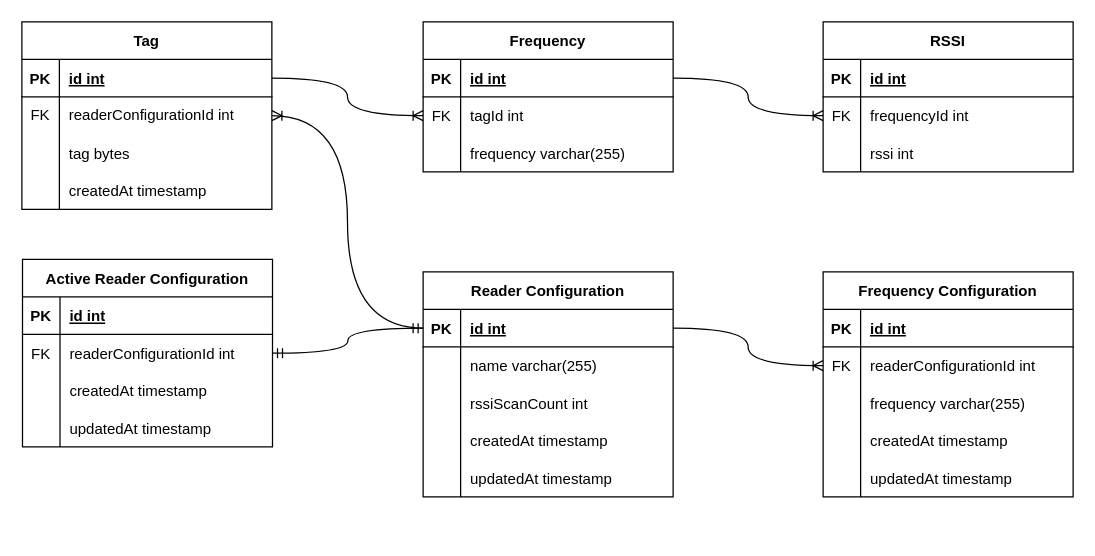
Earlier version of the draw.io diagram diagram/entity-relationship-diagram/entity-relationship-diagram.drawio (NotHydra/pari). Source tidied: cells renumbered, new cells numbered last; positions are measured from the earlier drawing's top-left corner, leaving out a move shared by most shapes. Both pictures are drawn from the tidied source at 125%, with x=0, y=0 at pixel (21, 21).
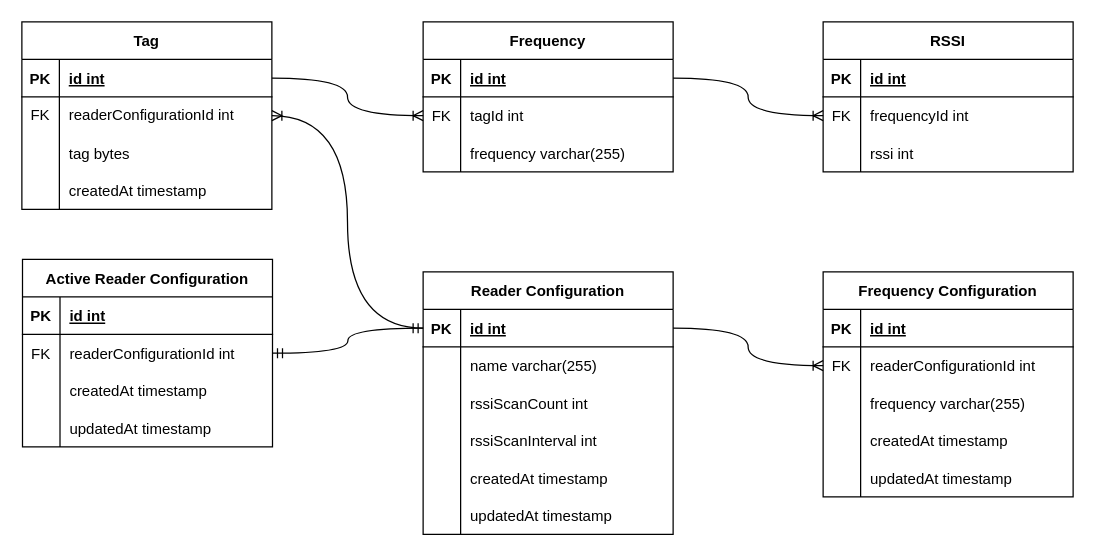
After the change.

Commit message (it also covers changes not shown here):
feat(diagram & server): rssi scan interval

The edit, as a diff of the source:
```diff
@@
     <mxCell id="50" value="Reader Configuration" style="shape=table;startSize=30;childLayout=tableLayout;rowLines=0;fontStyle=1;align=center;" parent="1" vertex="1">
-      <mxGeometry x="321" y="200" width="200" height="180" as="geometry" />
+      <mxGeometry x="321" y="200" width="200" height="210" as="geometry" />
     </mxCell>
@@
+    <mxCell id="85" style="shape=tableRow;horizontal=0;startSize=0;swimlaneHead=0;swimlaneBody=0;fillColor=none;top=0;left=0;right=0;bottom=0;" parent="50" vertex="1">
+      <mxGeometry y="120" width="200" height="30" as="geometry" />
+    </mxCell>
+    <mxCell id="86" style="shape=partialRectangle;fillColor=none;top=0;left=0;bottom=0;right=0;overflow=hidden;" parent="85" vertex="1">
+      <mxGeometry width="30" height="30" as="geometry" />
+    </mxCell>
+    <mxCell id="87" value="rssiScanInterval int" style="shape=partialRectangle;fillColor=none;top=0;left=0;bottom=0;right=0;align=left;spacingLeft=6;overflow=hidden;" parent="85" vertex="1">
+      <mxGeometry x="30" width="170" height="30" as="geometry" />
+    </mxCell>
     <mxCell id="60" style="shape=tableRow;horizontal=0;startSize=0;swimlaneHead=0;swimlaneBody=0;fillColor=none;top=0;left=0;right=0;bottom=0;" parent="50" vertex="1">
-      <mxGeometry y="120" width="200" height="30" as="geometry" />
+      <mxGeometry y="150" width="200" height="30" as="geometry" />
     </mxCell>
@@
     <mxCell id="63" style="shape=tableRow;horizontal=0;startSize=0;swimlaneHead=0;swimlaneBody=0;fillColor=none;top=0;left=0;right=0;bottom=0;" parent="50" vertex="1">
-      <mxGeometry y="150" width="200" height="30" as="geometry" />
+      <mxGeometry y="180" width="200" height="30" as="geometry" />
     </mxCell>
```
